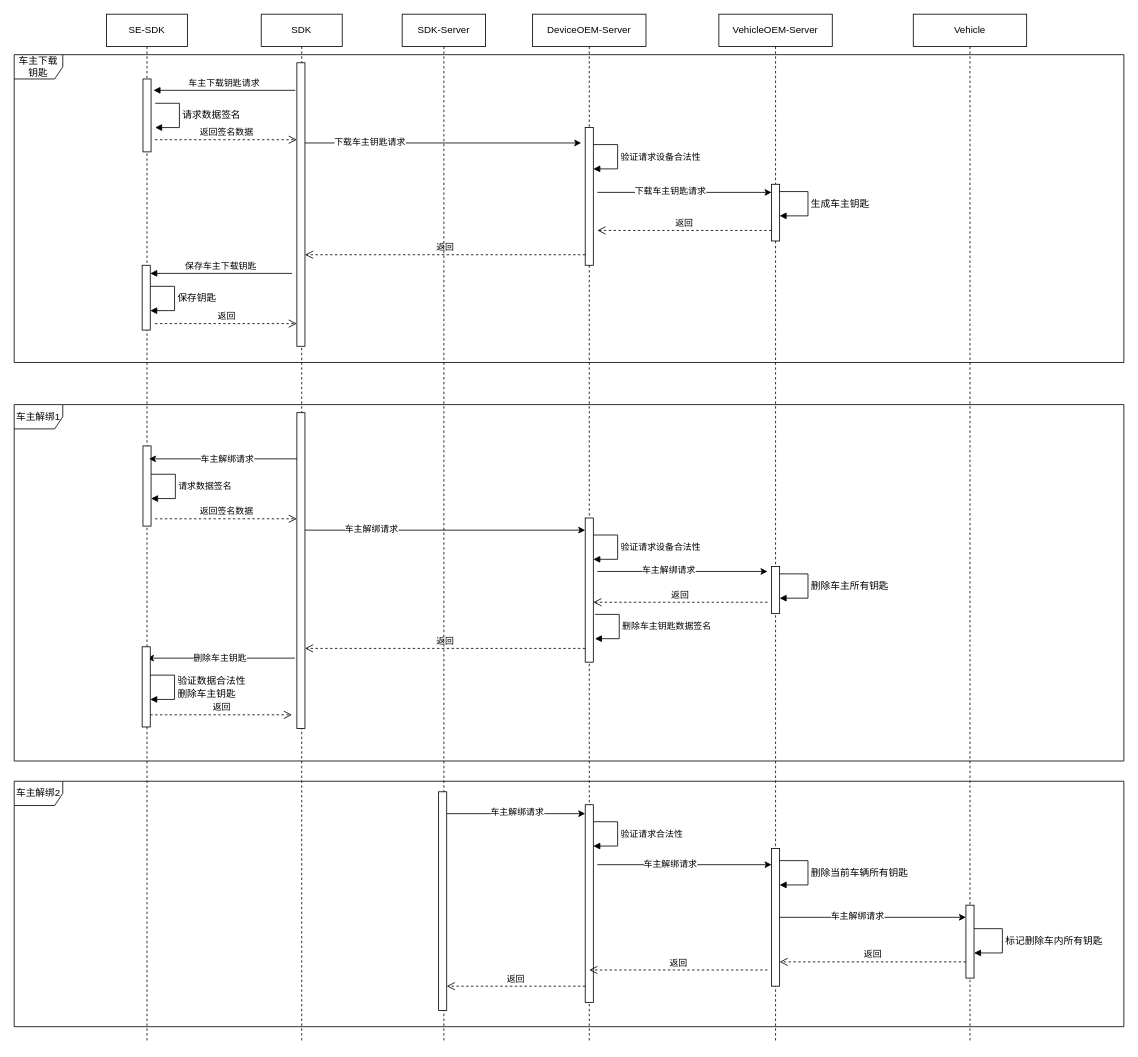
Before: 车主下载钥匙.drawio in jianguocong/chart, a draw.io diagram. Source tidied: cells renumbered, new cells numbered last; positions are measured from the earlier drawing's top-left corner, leaving out a move shared by most shapes. Both pictures are drawn from the tidied source at 81%, with x=0, y=0 at pixel (14, 14).
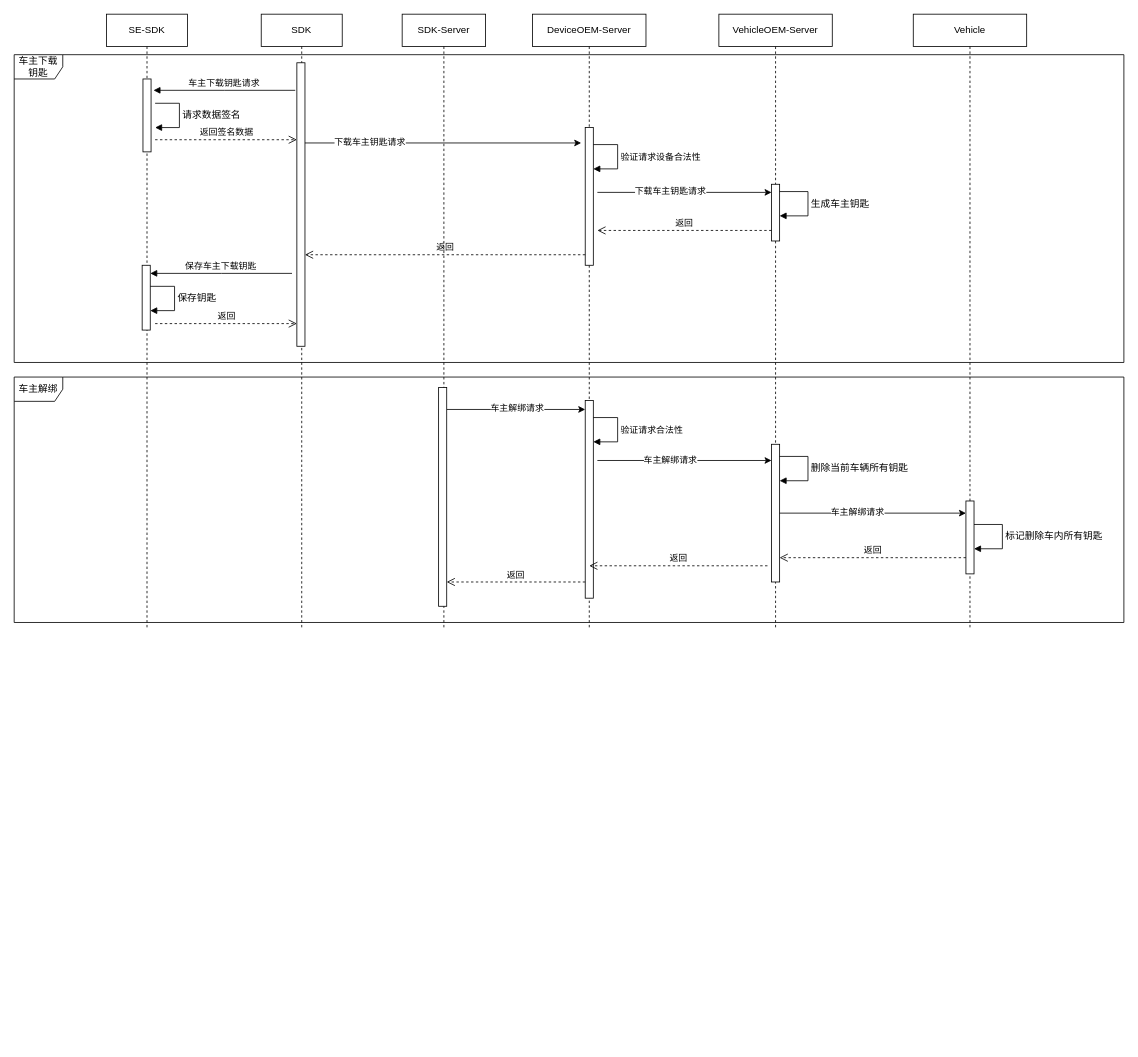
The same page after the edit.

Commit message (it also covers changes not shown here):
更新车主下载钥匙.drawio

The edit, as a diff of the source:
```diff
@@
     <mxCell id="2" value="SE-SDK" style="shape=umlLifeline;perimeter=lifelinePerimeter;whiteSpace=wrap;html=1;newEdgeStyle={&quot;edgeStyle&quot;:&quot;elbowEdgeStyle&quot;,&quot;elbow&quot;:&quot;vertical&quot;,&quot;curved&quot;:0,&quot;rounded&quot;:0};" parent="1" vertex="1">
-      <mxGeometry x="114" width="100" height="1270" as="geometry" />
+      <mxGeometry x="114" width="100" height="760" as="geometry" />
     </mxCell>
@@
-    <mxCell id="4" style="html=1;perimeter=orthogonalPerimeter;targetShapes=umlLifeline;newEdgeStyle={&quot;edgeStyle&quot;:&quot;elbowEdgeStyle&quot;,&quot;elbow&quot;:&quot;vertical&quot;,&quot;curved&quot;:0,&quot;rounded&quot;:0};" parent="2" vertex="1">
-      <mxGeometry x="45" y="533" width="10" height="99" as="geometry" />
-    </mxCell>
     <mxCell id="5" value="SDK" style="shape=umlLifeline;perimeter=lifelinePerimeter;whiteSpace=wrap;html=1;newEdgeStyle={&quot;edgeStyle&quot;:&quot;elbowEdgeStyle&quot;,&quot;elbow&quot;:&quot;vertical&quot;,&quot;curved&quot;:0,&quot;rounded&quot;:0};" parent="1" vertex="1">
-      <mxGeometry x="305" width="100" height="1270" as="geometry" />
+      <mxGeometry x="305" width="100" height="760" as="geometry" />
     </mxCell>
@@
-    <mxCell id="7" style="html=1;points=[];perimeter=orthogonalPerimeter;outlineConnect=0;targetShapes=umlLifeline;portConstraint=eastwest;newEdgeStyle={&quot;edgeStyle&quot;:&quot;elbowEdgeStyle&quot;,&quot;elbow&quot;:&quot;vertical&quot;,&quot;curved&quot;:0,&quot;rounded&quot;:0};" parent="5" vertex="1">
-      <mxGeometry x="44" y="492" width="10" height="390" as="geometry" />
-    </mxCell>
@@
     <mxCell id="10" value="DeviceOEM-Server" style="shape=umlLifeline;perimeter=lifelinePerimeter;whiteSpace=wrap;html=1;newEdgeStyle={&quot;edgeStyle&quot;:&quot;elbowEdgeStyle&quot;,&quot;elbow&quot;:&quot;vertical&quot;,&quot;curved&quot;:0,&quot;rounded&quot;:0};" parent="1" vertex="1">
-      <mxGeometry x="640" width="140" height="1270" as="geometry" />
+      <mxGeometry x="640" width="140" height="760" as="geometry" />
     </mxCell>
@@
-    <mxCell id="12" style="html=1;points=[];perimeter=orthogonalPerimeter;outlineConnect=0;targetShapes=umlLifeline;portConstraint=eastwest;newEdgeStyle={&quot;edgeStyle&quot;:&quot;elbowEdgeStyle&quot;,&quot;elbow&quot;:&quot;vertical&quot;,&quot;curved&quot;:0,&quot;rounded&quot;:0};" parent="10" vertex="1">
-      <mxGeometry x="65" y="622" width="10" height="178" as="geometry" />
-    </mxCell>
-    <mxCell id="13" style="endArrow=classic;html=1;rounded=0;" parent="10" edge="1">
-      <mxGeometry relative="1" as="geometry">
-        <mxPoint x="80" y="688" as="sourcePoint" />
-        <mxPoint x="290" y="688" as="targetPoint" />
-      </mxGeometry>
-    </mxCell>
-    <mxCell id="14" value="车主解绑请求" style="edgeLabel;html=1;align=center;verticalAlign=middle;" parent="13" vertex="1">
-      <mxGeometry x="-0.17" y="2" relative="1" as="geometry" />
-    </mxCell>
-    <mxCell id="15" value="返回" style="html=1;verticalAlign=bottom;endArrow=open;dashed=1;endSize=8;edgeStyle=elbowEdgeStyle;elbow=vertical;curved=0;rounded=0;" parent="10" edge="1" target="12">
-      <mxGeometry relative="1" as="geometry">
-        <mxPoint x="290" y="726" as="sourcePoint" />
-      </mxGeometry>
-    </mxCell>
-    <mxCell id="16" value="&lt;font style=&quot;font-size: 11px;&quot;&gt;验证请求设备合法性&lt;/font&gt;" style="html=1;align=left;spacingLeft=2;endArrow=block;rounded=0;edgeStyle=orthogonalEdgeStyle;curved=0;rounded=0;fontFamily=Helvetica;fontSize=12;fontColor=default;" parent="10" edge="1">
-      <mxGeometry relative="1" as="geometry">
-        <mxPoint x="75" y="643" as="sourcePoint" />
-        <mxPoint x="75" y="673" as="targetPoint" />
-        <Array as="points">
-          <mxPoint x="105" y="643" />
-          <mxPoint x="105" y="673" />
-        </Array>
-      </mxGeometry>
-    </mxCell>
     <mxCell id="17" value="VehicleOEM-Server" style="shape=umlLifeline;perimeter=lifelinePerimeter;whiteSpace=wrap;html=1;newEdgeStyle={&quot;edgeStyle&quot;:&quot;elbowEdgeStyle&quot;,&quot;elbow&quot;:&quot;vertical&quot;,&quot;curved&quot;:0,&quot;rounded&quot;:0};" parent="1" vertex="1">
-      <mxGeometry x="870" width="140" height="1270" as="geometry" />
+      <mxGeometry x="870" width="140" height="760" as="geometry" />
     </mxCell>
-    <mxCell id="18" style="html=1;perimeter=orthogonalPerimeter;targetShapes=umlLifeline;newEdgeStyle={&quot;edgeStyle&quot;:&quot;elbowEdgeStyle&quot;,&quot;elbow&quot;:&quot;vertical&quot;,&quot;curved&quot;:0,&quot;rounded&quot;:0};" parent="17" vertex="1">
-      <mxGeometry x="65" y="682" width="10" height="58" as="geometry" />
-    </mxCell>
-    <mxCell id="19" value="删除车主所有钥匙" style="html=1;align=left;spacingLeft=2;endArrow=block;rounded=0;edgeStyle=orthogonalEdgeStyle;curved=0;rounded=0;fontFamily=Helvetica;fontSize=12;fontColor=default;" parent="17" edge="1">
-      <mxGeometry relative="1" as="geometry">
-        <mxPoint x="75" y="691" as="sourcePoint" />
-        <mxPoint x="75" y="721" as="targetPoint" />
-        <Array as="points">
-          <mxPoint x="110" y="691" />
-          <mxPoint x="110" y="721" />
-        </Array>
-      </mxGeometry>
-    </mxCell>
@@
     <mxCell id="22" value="Vehicle" style="shape=umlLifeline;perimeter=lifelinePerimeter;whiteSpace=wrap;html=1;newEdgeStyle={&quot;edgeStyle&quot;:&quot;elbowEdgeStyle&quot;,&quot;elbow&quot;:&quot;vertical&quot;,&quot;curved&quot;:0,&quot;rounded&quot;:0};" parent="1" vertex="1">
-      <mxGeometry x="1110" width="140" height="1270" as="geometry" />
+      <mxGeometry x="1110" width="140" height="760" as="geometry" />
     </mxCell>
@@
-    <mxCell id="28" style="endArrow=classic;html=1;rounded=0;" parent="1" edge="1">
-      <mxGeometry relative="1" as="geometry">
-        <mxPoint x="349" y="549" as="sourcePoint" />
-        <mxPoint x="166.5" y="549" as="targetPoint" />
-      </mxGeometry>
-    </mxCell>
-    <mxCell id="29" value="车主解绑请求" style="edgeLabel;html=1;align=center;verticalAlign=middle;" parent="28" vertex="1">
-      <mxGeometry x="-0.17" y="2" relative="1" as="geometry">
-        <mxPoint x="-11" y="-3" as="offset" />
-      </mxGeometry>
-    </mxCell>
-    <mxCell id="30" value="&lt;font style=&quot;font-size: 11px;&quot;&gt;请求数据签名&lt;/font&gt;" style="html=1;align=left;spacingLeft=2;endArrow=block;rounded=0;edgeStyle=orthogonalEdgeStyle;curved=0;rounded=0;fontFamily=Helvetica;fontSize=12;fontColor=default;" parent="1" edge="1">
-      <mxGeometry relative="1" as="geometry">
-        <mxPoint x="169" y="568" as="sourcePoint" />
-        <mxPoint x="169" y="598" as="targetPoint" />
-        <Array as="points">
-          <mxPoint x="199" y="568" />
-          <mxPoint x="199" y="598" />
-        </Array>
-      </mxGeometry>
-    </mxCell>
-    <mxCell id="31" value="返回签名数据" style="html=1;verticalAlign=bottom;endArrow=open;dashed=1;endSize=8;edgeStyle=elbowEdgeStyle;elbow=vertical;curved=0;rounded=0;" parent="1" edge="1">
-      <mxGeometry relative="1" as="geometry">
-        <mxPoint x="174" y="623" as="sourcePoint" />
-        <mxPoint x="349" y="623" as="targetPoint" />
-        <Array as="points">
-          <mxPoint x="264" y="623" />
-        </Array>
-      </mxGeometry>
-    </mxCell>
-    <mxCell id="32" style="endArrow=classic;html=1;rounded=0;" parent="1" edge="1" source="7">
-      <mxGeometry relative="1" as="geometry">
-        <mxPoint x="705" y="637" as="targetPoint" />
-      </mxGeometry>
-    </mxCell>
-    <mxCell id="33" value="车主解绑请求" style="edgeLabel;html=1;align=center;verticalAlign=middle;" parent="32" vertex="1">
-      <mxGeometry x="-0.17" y="2" relative="1" as="geometry">
-        <mxPoint x="-63" as="offset" />
-      </mxGeometry>
-    </mxCell>
-    <mxCell id="34" value="车主解绑1" style="shape=umlFrame;whiteSpace=wrap;html=1;sketch=0;strokeColor=default;align=center;verticalAlign=middle;fontFamily=Helvetica;fontSize=12;fontColor=default;fillColor=default;" parent="1" vertex="1">
-      <mxGeometry y="482" width="1370" height="440" as="geometry" />
-    </mxCell>
-    <mxCell id="35" value="返回" style="html=1;verticalAlign=bottom;endArrow=open;dashed=1;endSize=8;edgeStyle=elbowEdgeStyle;elbow=vertical;curved=0;rounded=0;" parent="1" edge="1" target="7">
-      <mxGeometry relative="1" as="geometry">
-        <mxPoint x="705" y="783" as="sourcePoint" />
-      </mxGeometry>
-    </mxCell>
-    <mxCell id="36" style="endArrow=classic;html=1;rounded=0;" parent="1" edge="1">
-      <mxGeometry relative="1" as="geometry">
-        <mxPoint x="346.5" y="795" as="sourcePoint" />
-        <mxPoint x="164" y="795" as="targetPoint" />
-      </mxGeometry>
-    </mxCell>
-    <mxCell id="37" value="删除车主钥匙" style="edgeLabel;html=1;align=center;verticalAlign=middle;" parent="36" vertex="1">
-      <mxGeometry x="0.02" y="1" relative="1" as="geometry">
-        <mxPoint y="-2" as="offset" />
-      </mxGeometry>
-    </mxCell>
-    <mxCell id="38" style="html=1;perimeter=orthogonalPerimeter;targetShapes=umlLifeline;newEdgeStyle={&quot;edgeStyle&quot;:&quot;elbowEdgeStyle&quot;,&quot;elbow&quot;:&quot;vertical&quot;,&quot;curved&quot;:0,&quot;rounded&quot;:0};" parent="1" vertex="1">
-      <mxGeometry x="158" y="781" width="10" height="99" as="geometry" />
-    </mxCell>
-    <mxCell id="39" value="验证数据合法性&lt;div&gt;删除车主钥匙&lt;/div&gt;" style="html=1;align=left;spacingLeft=2;endArrow=block;rounded=0;edgeStyle=orthogonalEdgeStyle;curved=0;rounded=0;fontFamily=Helvetica;fontSize=12;fontColor=default;" parent="1" edge="1">
-      <mxGeometry relative="1" as="geometry">
-        <mxPoint x="168" y="816" as="sourcePoint" />
-        <mxPoint x="168" y="846" as="targetPoint" />
-        <Array as="points">
-          <mxPoint x="198" y="816" />
-          <mxPoint x="198" y="846" />
-        </Array>
-      </mxGeometry>
-    </mxCell>
-    <mxCell id="40" value="返回" style="html=1;verticalAlign=bottom;endArrow=open;dashed=1;endSize=8;edgeStyle=elbowEdgeStyle;elbow=horizontal;curved=0;rounded=0;" parent="1" edge="1">
-      <mxGeometry relative="1" as="geometry">
-        <mxPoint x="168" y="865" as="sourcePoint" />
-        <mxPoint x="343" y="865" as="targetPoint" />
-        <Array as="points">
-          <mxPoint x="258" y="865" />
-        </Array>
-      </mxGeometry>
-    </mxCell>
@@
-    <mxCell id="49" value="&lt;span style=&quot;font-size: 11px;&quot;&gt;删除车主钥匙数据签名&lt;/span&gt;" style="html=1;align=left;spacingLeft=2;endArrow=block;rounded=0;edgeStyle=orthogonalEdgeStyle;curved=0;rounded=0;fontFamily=Helvetica;fontSize=12;fontColor=default;" parent="1" edge="1">
-      <mxGeometry relative="1" as="geometry">
-        <mxPoint x="717" y="741" as="sourcePoint" />
-        <mxPoint x="717" y="771" as="targetPoint" />
-        <Array as="points">
-          <mxPoint x="747" y="741" />
-          <mxPoint x="747" y="771" />
-        </Array>
-      </mxGeometry>
-    </mxCell>
     <mxCell id="50" style="html=1;perimeter=orthogonalPerimeter;targetShapes=umlLifeline;newEdgeStyle={&quot;edgeStyle&quot;:&quot;elbowEdgeStyle&quot;,&quot;elbow&quot;:&quot;vertical&quot;,&quot;curved&quot;:0,&quot;rounded&quot;:0};" parent="1" vertex="1">
-      <mxGeometry x="705" y="976" width="10" height="244" as="geometry" />
+      <mxGeometry x="705" y="477" width="10" height="244" as="geometry" />
     </mxCell>
     <mxCell id="51" style="endArrow=classic;html=1;rounded=0;entryX=0.5;entryY=0.037;entryDx=0;entryDy=0;entryPerimeter=0;" parent="1" edge="1">
       <mxGeometry relative="1" as="geometry">
-        <mxPoint x="720" y="1050" as="sourcePoint" />
-        <mxPoint x="935" y="1050" as="targetPoint" />
+        <mxPoint x="720" y="551" as="sourcePoint" />
+        <mxPoint x="935" y="551" as="targetPoint" />
       </mxGeometry>
     </mxCell>
@@
     <mxCell id="53" value="&lt;font style=&quot;font-size: 11px;&quot;&gt;验证请求合法性&lt;/font&gt;" style="html=1;align=left;spacingLeft=2;endArrow=block;rounded=0;edgeStyle=orthogonalEdgeStyle;curved=0;rounded=0;fontFamily=Helvetica;fontSize=12;fontColor=default;" parent="1" edge="1">
       <mxGeometry relative="1" as="geometry">
-        <mxPoint x="715" y="997" as="sourcePoint" />
-        <mxPoint x="715" y="1027" as="targetPoint" />
+        <mxPoint x="715" y="498" as="sourcePoint" />
+        <mxPoint x="715" y="528" as="targetPoint" />
         <Array as="points">
-          <mxPoint x="745" y="997" />
-          <mxPoint x="745" y="1027" />
+          <mxPoint x="745" y="498" />
+          <mxPoint x="745" y="528" />
         </Array>
       </mxGeometry>
     </mxCell>
     <mxCell id="54" style="html=1;perimeter=orthogonalPerimeter;targetShapes=umlLifeline;newEdgeStyle={&quot;edgeStyle&quot;:&quot;elbowEdgeStyle&quot;,&quot;elbow&quot;:&quot;vertical&quot;,&quot;curved&quot;:0,&quot;rounded&quot;:0};" parent="1" vertex="1">
-      <mxGeometry x="935" y="1030" width="10" height="170" as="geometry" />
+      <mxGeometry x="935" y="531" width="10" height="170" as="geometry" />
     </mxCell>
     <mxCell id="55" value="删除当前车辆所有钥匙" style="html=1;align=left;spacingLeft=2;endArrow=block;rounded=0;edgeStyle=orthogonalEdgeStyle;curved=0;rounded=0;fontFamily=Helvetica;fontSize=12;fontColor=default;" parent="1" edge="1">
       <mxGeometry relative="1" as="geometry">
-        <mxPoint x="945" y="1045" as="sourcePoint" />
-        <mxPoint x="945" y="1075" as="targetPoint" />
+        <mxPoint x="945" y="546" as="sourcePoint" />
+        <mxPoint x="945" y="576" as="targetPoint" />
         <Array as="points">
-          <mxPoint x="980" y="1045" />
-          <mxPoint x="980" y="1075" />
+          <mxPoint x="980" y="546" />
+          <mxPoint x="980" y="576" />
         </Array>
       </mxGeometry>
     </mxCell>
     <mxCell id="56" style="endArrow=classic;html=1;rounded=0;" parent="1" edge="1">
       <mxGeometry relative="1" as="geometry">
-        <mxPoint x="534" y="987" as="sourcePoint" />
-        <mxPoint x="705" y="987" as="targetPoint" />
+        <mxPoint x="534" y="488" as="sourcePoint" />
+        <mxPoint x="705" y="488" as="targetPoint" />
       </mxGeometry>
     </mxCell>
@@
-    <mxCell id="58" value="车主解绑2" style="shape=umlFrame;whiteSpace=wrap;html=1;sketch=0;strokeColor=default;align=center;verticalAlign=middle;fontFamily=Helvetica;fontSize=12;fontColor=default;fillColor=default;" parent="1" vertex="1">
-      <mxGeometry y="947" width="1370" height="303" as="geometry" />
+    <mxCell id="58" value="车主解绑" style="shape=umlFrame;whiteSpace=wrap;html=1;sketch=0;strokeColor=default;align=center;verticalAlign=middle;fontFamily=Helvetica;fontSize=12;fontColor=default;fillColor=default;" parent="1" vertex="1">
+      <mxGeometry y="448" width="1370" height="303" as="geometry" />
     </mxCell>
     <mxCell id="59" value="返回" style="html=1;verticalAlign=bottom;endArrow=open;dashed=1;endSize=8;edgeStyle=elbowEdgeStyle;elbow=vertical;curved=0;rounded=0;" parent="1" edge="1">
       <mxGeometry relative="1" as="geometry">
-        <mxPoint x="705" y="1200" as="sourcePoint" />
-        <mxPoint x="534" y="1200" as="targetPoint" />
+        <mxPoint x="705" y="701" as="sourcePoint" />
+        <mxPoint x="534" y="701" as="targetPoint" />
       </mxGeometry>
     </mxCell>
     <mxCell id="60" value="SDK-Server" style="shape=umlLifeline;perimeter=lifelinePerimeter;whiteSpace=wrap;html=1;newEdgeStyle={&quot;edgeStyle&quot;:&quot;elbowEdgeStyle&quot;,&quot;elbow&quot;:&quot;vertical&quot;,&quot;curved&quot;:0,&quot;rounded&quot;:0};" parent="1" vertex="1">
-      <mxGeometry x="479" width="103" height="1270" as="geometry" />
+      <mxGeometry x="479" width="103" height="760" as="geometry" />
     </mxCell>
     <mxCell id="61" style="html=1;perimeter=orthogonalPerimeter;targetShapes=umlLifeline;newEdgeStyle={&quot;edgeStyle&quot;:&quot;elbowEdgeStyle&quot;,&quot;elbow&quot;:&quot;vertical&quot;,&quot;curved&quot;:0,&quot;rounded&quot;:0};" parent="60" vertex="1">
-      <mxGeometry x="45" y="960" width="10" height="270" as="geometry" />
+      <mxGeometry x="45" y="461" width="10" height="270" as="geometry" />
     </mxCell>
     <mxCell id="62" style="endArrow=classic;html=1;rounded=0;" parent="1" edge="1">
       <mxGeometry relative="1" as="geometry">
-        <mxPoint x="945" y="1115" as="sourcePoint" />
-        <mxPoint x="1175" y="1115" as="targetPoint" />
+        <mxPoint x="945" y="616" as="sourcePoint" />
+        <mxPoint x="1175" y="616" as="targetPoint" />
       </mxGeometry>
     </mxCell>
@@
     <mxCell id="64" style="html=1;points=[];perimeter=orthogonalPerimeter;outlineConnect=0;targetShapes=umlLifeline;portConstraint=eastwest;newEdgeStyle={&quot;edgeStyle&quot;:&quot;elbowEdgeStyle&quot;,&quot;elbow&quot;:&quot;vertical&quot;,&quot;curved&quot;:0,&quot;rounded&quot;:0};" parent="1" vertex="1">
-      <mxGeometry x="1175" y="1100" width="10" height="90" as="geometry" />
+      <mxGeometry x="1175" y="601" width="10" height="90" as="geometry" />
     </mxCell>
     <mxCell id="65" value="标记删除车内所有钥匙" style="html=1;align=left;spacingLeft=2;endArrow=block;rounded=0;edgeStyle=orthogonalEdgeStyle;curved=0;rounded=0;fontFamily=Helvetica;fontSize=12;fontColor=default;" parent="1" edge="1">
       <mxGeometry relative="1" as="geometry">
-        <mxPoint x="1185" y="1129" as="sourcePoint" />
-        <mxPoint x="1185" y="1159" as="targetPoint" />
+        <mxPoint x="1185" y="630" as="sourcePoint" />
+        <mxPoint x="1185" y="660" as="targetPoint" />
         <Array as="points">
-          <mxPoint x="1220" y="1129" />
-          <mxPoint x="1220" y="1159" />
+          <mxPoint x="1220" y="630" />
+          <mxPoint x="1220" y="660" />
         </Array>
       </mxGeometry>
     </mxCell>
     <mxCell id="66" value="返回" style="html=1;verticalAlign=bottom;endArrow=open;dashed=1;endSize=8;edgeStyle=elbowEdgeStyle;elbow=vertical;curved=0;rounded=0;" parent="1" edge="1" source="64">
       <mxGeometry relative="1" as="geometry">
-        <mxPoint x="945" y="1170" as="targetPoint" />
+        <mxPoint x="945" y="671" as="targetPoint" />
       </mxGeometry>
     </mxCell>
     <mxCell id="67" value="返回" style="html=1;verticalAlign=bottom;endArrow=open;dashed=1;endSize=8;edgeStyle=elbowEdgeStyle;elbow=vertical;curved=0;rounded=0;" parent="1" edge="1">
       <mxGeometry relative="1" as="geometry">
-        <mxPoint x="930" y="1180" as="sourcePoint" />
-        <mxPoint x="710" y="1180" as="targetPoint" />
+        <mxPoint x="930" y="681" as="sourcePoint" />
+        <mxPoint x="710" y="681" as="targetPoint" />
       </mxGeometry>
     </mxCell>
```
